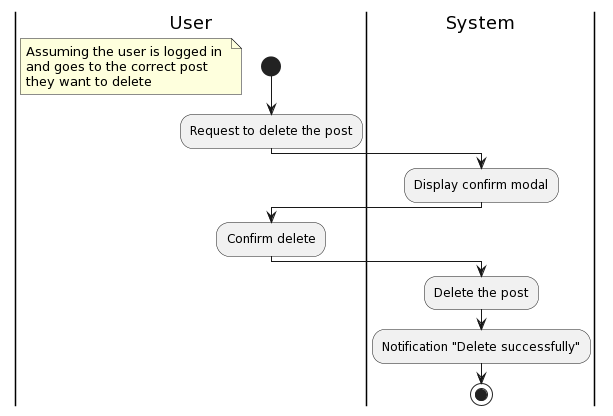
Before: Lab 1.2/img/activity/delete-post.png, a diagram exported from PlantUML (doublek2712/SE357-Pratice-class).
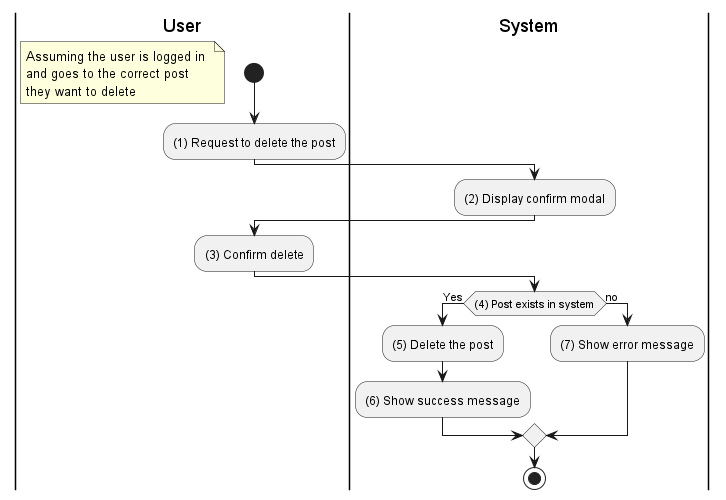
Later version of the same file.

Change to the diagram source:
```diff
@@ -6,13 +6,17 @@
 and goes to the correct post
 they want to delete
 end note
-:Request to delete the post;
+:(1) Request to delete the post;
 |System|
-:Display confirm modal;
+:(2) Display confirm modal;
 |User|
-:Confirm delete;
+:(3) Confirm delete;
 |System|
-:Delete the post;
-:Notification "Delete successfully";
+if ((4) Post exists in system) then (Yes)
+:(5) Delete the post;
+:(6) Show success message;
+else (no)
+:(7) Show error message;
+endif
 stop
 @enduml
```
